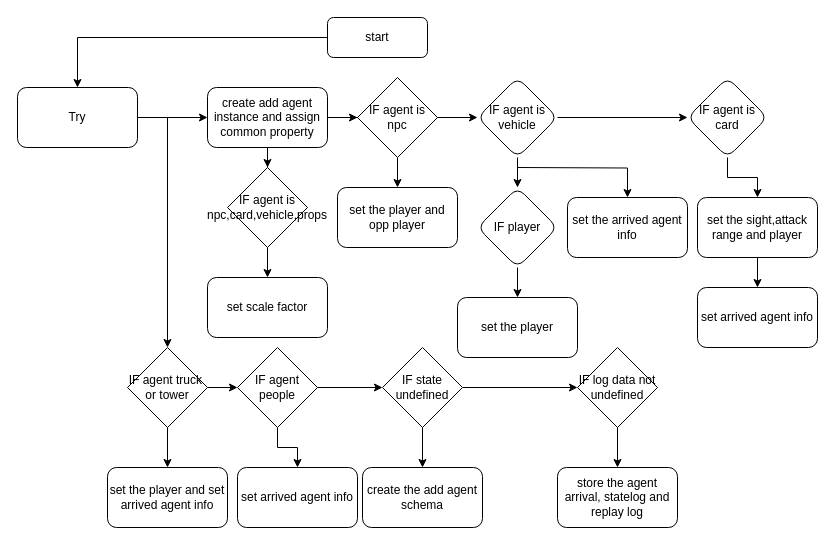
sivagit/diagrams keeps this draw.io diagram as GameRoom/addDataInAddAgentSchema.drawio. Above is the earlier version. Source tidied: cells renumbered, new cells numbered last; positions are measured from the earlier drawing's top-left corner, leaving out a move shared by most shapes. Both pictures are drawn from the tidied source at 100%, with x=0, y=0 at pixel (17, 17).
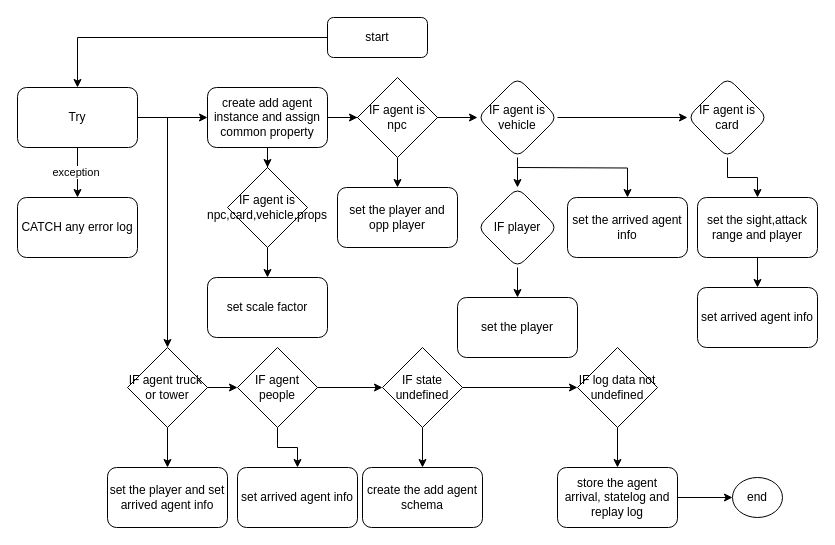
The same diagram, later.

Unchanged cells that the change refers to:
```xml
<mxCell id="6" value="Try" style="whiteSpace=wrap;html=1;rounded=1;" parent="1" vertex="1">
  <mxGeometry y="70" width="120" height="60" as="geometry" />
</mxCell>
<mxCell id="44" value="store the agent arrival, statelog and replay log" style="rounded=1;whiteSpace=wrap;html=1;" parent="1" vertex="1">
  <mxGeometry x="540" y="450" width="120" height="60" as="geometry" />
</mxCell>
```

What changed in the source:
```diff
@@
+    <mxCell id="45" value="exception&amp;nbsp;" style="edgeStyle=orthogonalEdgeStyle;rounded=0;jettySize=auto;html=1;" parent="1" edge="1" source="6" target="47">
+      <mxGeometry relative="1" as="geometry" />
+    </mxCell>
@@
+    <mxCell id="46" style="edgeStyle=orthogonalEdgeStyle;rounded=0;jettySize=auto;html=1;" parent="1" edge="1" source="44" target="48">
+      <mxGeometry relative="1" as="geometry" />
+    </mxCell>
@@
+    <mxCell id="47" value="CATCH any error log" style="whiteSpace=wrap;html=1;rounded=1;" parent="1" vertex="1">
+      <mxGeometry y="180" width="120" height="60" as="geometry" />
+    </mxCell>
+    <mxCell id="48" value="end" style="ellipse;whiteSpace=wrap;html=1;rounded=1;" parent="1" vertex="1">
+      <mxGeometry x="715" y="460" width="50" height="40" as="geometry" />
+    </mxCell>
```
